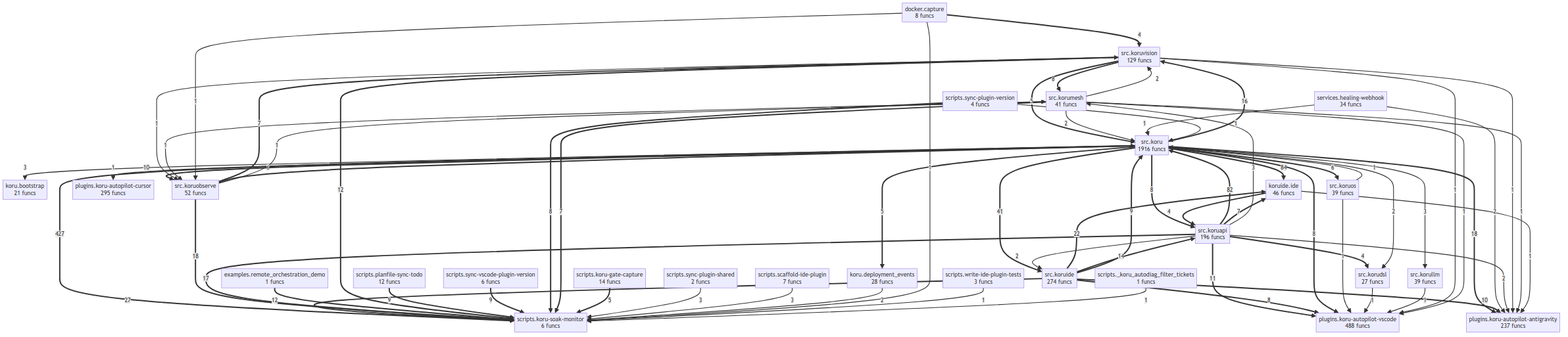
The Mermaid diagram project/compact_flow.png in semcod/koru, before a commit. Its source is kept beside it as project/compact_flow.mmd. Source of this version:
```mermaid
flowchart TD
    docker__capture["docker.capture<br/>8 funcs"]
    examples__remote_orchestration_demo["examples.remote_orchestration_demo<br/>1 funcs"]
    koru__bootstrap["koru.bootstrap<br/>21 funcs"]
    koru__deployment_events["koru.deployment_events<br/>28 funcs"]
    koruide__ide["koruide.ide<br/>46 funcs"]
    plugins__koru_autopilot_antigravity["plugins.koru-autopilot-antigravity<br/>237 funcs"]
    plugins__koru_autopilot_cursor["plugins.koru-autopilot-cursor<br/>295 funcs"]
    plugins__koru_autopilot_vscode["plugins.koru-autopilot-vscode<br/>488 funcs"]
    scripts___koru_autodiag_filter_tickets["scripts._koru_autodiag_filter_tickets<br/>1 funcs"]
    scripts__koru_gate_capture["scripts.koru-gate-capture<br/>14 funcs"]
    scripts__koru_soak_monitor["scripts.koru-soak-monitor<br/>6 funcs"]
    scripts__planfile_sync_todo["scripts.planfile-sync-todo<br/>12 funcs"]
    scripts__scaffold_ide_plugin["scripts.scaffold-ide-plugin<br/>7 funcs"]
    scripts__sync_plugin_shared["scripts.sync-plugin-shared<br/>2 funcs"]
    scripts__sync_plugin_version["scripts.sync-plugin-version<br/>4 funcs"]
    scripts__sync_vscode_plugin_version["scripts.sync-vscode-plugin-version<br/>6 funcs"]
    scripts__write_ide_plugin_tests["scripts.write-ide-plugin-tests<br/>3 funcs"]
    services__healing_webhook["services.healing-webhook<br/>34 funcs"]
    src__koru["src.koru<br/>1916 funcs"]
    src__koruapi["src.koruapi<br/>196 funcs"]
    src__korudsl["src.korudsl<br/>27 funcs"]
    src__koruide["src.koruide<br/>274 funcs"]
    src__korullm["src.korullm<br/>39 funcs"]
    src__korumesh["src.korumesh<br/>41 funcs"]
    src__koruobserve["src.koruobserve<br/>52 funcs"]
    src__koruos["src.koruos<br/>39 funcs"]
    src__koruvision["src.koruvision<br/>129 funcs"]
    src__koru ==>|427| scripts__koru_soak_monitor
    src__koru ==>|84| koruide__ide
    src__koruapi ==>|82| src__koru
    src__koru ==>|41| src__koruide
    src__koruide ==>|27| scripts__koru_soak_monitor
    src__koruide ==>|22| koruide__ide
    src__koruobserve ==>|18| scripts__koru_soak_monitor
    src__koru ==>|18| plugins__koru_autopilot_antigravity
    src__koruapi ==>|17| scripts__koru_soak_monitor
    src__koru ==>|16| src__koruvision
    src__koruide ==>|14| src__koruapi
    examples__remote_orchestration_demo ==>|12| scripts__koru_soak_monitor
    src__koruvision ==>|12| scripts__koru_soak_monitor
    src__koruapi ==>|11| plugins__koru_autopilot_vscode
    src__koruide ==>|10| plugins__koru_autopilot_antigravity
    src__koru ==>|10| src__koruobserve
    src__koruide ==>|9| src__koru
    scripts__planfile_sync_todo ==>|9| scripts__koru_soak_monitor
    scripts__sync_vscode_plugin_version ==>|9| scripts__koru_soak_monitor
    src__koruvision ==>|8| src__korumesh
    src__koruide ==>|8| plugins__koru_autopilot_vscode
    src__koru ==>|8| plugins__koru_autopilot_vscode
    src__koru ==>|8| src__koruapi
    scripts__sync_plugin_version ==>|8| scripts__koru_soak_monitor
    src__koruobserve ==>|7| src__koruvision
    src__koruapi ==>|7| koruide__ide
    src__korumesh ==>|7| scripts__koru_soak_monitor
    src__koruobserve ==>|6| src__koru
    src__koru ==>|6| src__koruos
    src__koruvision ==>|5| src__koru
    src__koru ==>|5| koru__deployment_events
    scripts__koru_gate_capture ==>|5| scripts__koru_soak_monitor
    src__koruapi ==>|4| src__korudsl
    koruide__ide ==>|4| src__koruapi
    docker__capture ==>|4| src__koruvision
    src__koruapi -->|3| src__korumesh
    src__koru -->|3| koru__bootstrap
    src__koru -->|3| src__korullm
    scripts__sync_plugin_shared -->|3| scripts__koru_soak_monitor
    scripts__scaffold_ide_plugin -->|3| scripts__koru_soak_monitor
    services__healing_webhook -->|2| plugins__koru_autopilot_antigravity
    src__koruapi -->|2| plugins__koru_autopilot_antigravity
    src__koruapi -->|2| src__koruide
    src__korumesh -->|2| src__koru
    src__korumesh -->|2| src__koruvision
    src__koru -->|2| src__korudsl
    koru__deployment_events -->|2| scripts__koru_soak_monitor
    services__healing_webhook -->|1| src__koru
    src__koruobserve -->|1| src__korumesh
    src__koruos -->|1| plugins__koru_autopilot_vscode
    src__koruos -->|1| src__koru
    src__korudsl -->|1| plugins__koru_autopilot_vscode
    src__korullm -->|1| plugins__koru_autopilot_vscode
    src__koruvision -->|1| plugins__koru_autopilot_vscode
    src__koruvision -->|1| plugins__koru_autopilot_antigravity
    src__koruvision -->|1| src__koruobserve
    src__korumesh -->|1| src__koruobserve
    src__korumesh -->|1| plugins__koru_autopilot_antigravity
    src__korumesh -->|1| plugins__koru_autopilot_vscode
    koruide__ide -->|1| plugins__koru_autopilot_antigravity
    src__koru -->|1| plugins__koru_autopilot_cursor
    docker__capture -->|1| src__koruobserve
    docker__capture -->|1| scripts__koru_soak_monitor
    scripts__write_ide_plugin_tests -->|1| scripts__koru_soak_monitor
    scripts__sync_plugin_version -->|1| src__koru
    scripts___koru_autodiag_filter_tickets -->|1| scripts__koru_soak_monitor
```
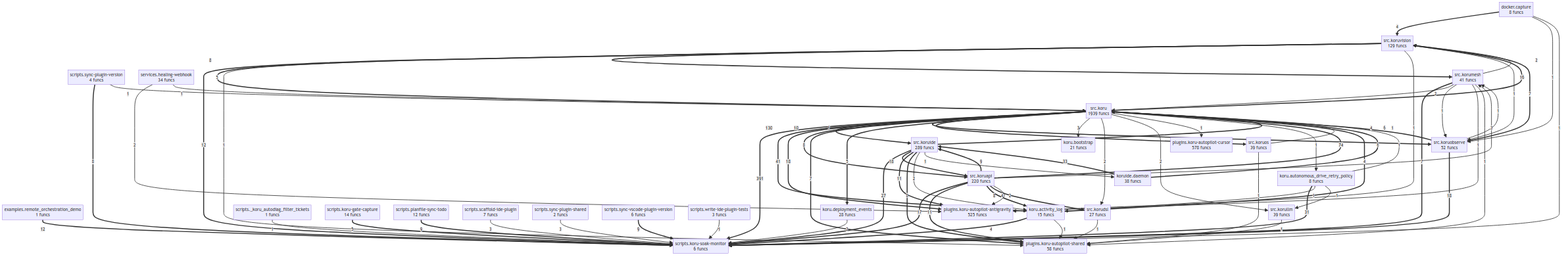
After the change.

Diff of the diagram source:
```diff
@@ -1,12 +1,14 @@
 flowchart TD
     docker__capture["docker.capture<br/>8 funcs"]
     examples__remote_orchestration_demo["examples.remote_orchestration_demo<br/>1 funcs"]
+    koru__activity_log["koru.activity_log<br/>15 funcs"]
+    koru__autonomous_drive_retry_policy["koru.autonomous_drive_retry_policy<br/>8 funcs"]
     koru__bootstrap["koru.bootstrap<br/>21 funcs"]
     koru__deployment_events["koru.deployment_events<br/>28 funcs"]
-    koruide__ide["koruide.ide<br/>46 funcs"]
-    plugins__koru_autopilot_antigravity["plugins.koru-autopilot-antigravity<br/>237 funcs"]
-    plugins__koru_autopilot_cursor["plugins.koru-autopilot-cursor<br/>295 funcs"]
-    plugins__koru_autopilot_vscode["plugins.koru-autopilot-vscode<br/>488 funcs"]
+    koruide__daemon["koruide.daemon<br/>38 funcs"]
+    plugins__koru_autopilot_antigravity["plugins.koru-autopilot-antigravity<br/>525 funcs"]
+    plugins__koru_autopilot_cursor["plugins.koru-autopilot-cursor<br/>578 funcs"]
+    plugins__koru_autopilot_shared["plugins.koru-autopilot-shared<br/>58 funcs"]
     scripts___koru_autodiag_filter_tickets["scripts._koru_autodiag_filter_tickets<br/>1 funcs"]
     scripts__koru_gate_capture["scripts.koru-gate-capture<br/>14 funcs"]
     scripts__koru_soak_monitor["scripts.koru-soak-monitor<br/>6 funcs"]
@@ -17,76 +19,85 @@
     scripts__sync_vscode_plugin_version["scripts.sync-vscode-plugin-version<br/>6 funcs"]
     scripts__write_ide_plugin_tests["scripts.write-ide-plugin-tests<br/>3 funcs"]
     services__healing_webhook["services.healing-webhook<br/>34 funcs"]
-    src__koru["src.koru<br/>1916 funcs"]
-    src__koruapi["src.koruapi<br/>196 funcs"]
+    src__koru["src.koru<br/>1939 funcs"]
+    src__koruapi["src.koruapi<br/>220 funcs"]
     src__korudsl["src.korudsl<br/>27 funcs"]
-    src__koruide["src.koruide<br/>274 funcs"]
+    src__koruide["src.koruide<br/>289 funcs"]
     src__korullm["src.korullm<br/>39 funcs"]
     src__korumesh["src.korumesh<br/>41 funcs"]
     src__koruobserve["src.koruobserve<br/>52 funcs"]
     src__koruos["src.koruos<br/>39 funcs"]
     src__koruvision["src.koruvision<br/>129 funcs"]
-    src__koru ==>|427| scripts__koru_soak_monitor
-    src__koru ==>|84| koruide__ide
-    src__koruapi ==>|82| src__koru
-    src__koru ==>|41| src__koruide
+    src__koru ==>|391| scripts__koru_soak_monitor
+    src__koru ==>|130| src__koruide
+    src__koruapi ==>|74| src__koru
+    src__koru ==>|41| koru__activity_log
+    koruide__daemon ==>|33| src__koruide
+    koru__autonomous_drive_retry_policy ==>|31| scripts__koru_soak_monitor
     src__koruide ==>|27| scripts__koru_soak_monitor
-    src__koruide ==>|22| koruide__ide
     src__koruobserve ==>|18| scripts__koru_soak_monitor
+    src__koruide ==>|18| src__koruapi
     src__koru ==>|18| plugins__koru_autopilot_antigravity
     src__koruapi ==>|17| scripts__koru_soak_monitor
     src__koru ==>|16| src__koruvision
-    src__koruide ==>|14| src__koruapi
     examples__remote_orchestration_demo ==>|12| scripts__koru_soak_monitor
     src__koruvision ==>|12| scripts__koru_soak_monitor
-    src__koruapi ==>|11| plugins__koru_autopilot_vscode
-    src__koruide ==>|10| plugins__koru_autopilot_antigravity
+    src__koruapi ==>|11| plugins__koru_autopilot_shared
+    src__koruide ==>|11| plugins__koru_autopilot_antigravity
     src__koru ==>|10| src__koruobserve
-    src__koruide ==>|9| src__koru
+    src__koruapi ==>|9| src__koruide
     scripts__planfile_sync_todo ==>|9| scripts__koru_soak_monitor
     scripts__sync_vscode_plugin_version ==>|9| scripts__koru_soak_monitor
+    src__koruapi ==>|8| koru__activity_log
     src__koruvision ==>|8| src__korumesh
-    src__koruide ==>|8| plugins__koru_autopilot_vscode
-    src__koru ==>|8| plugins__koru_autopilot_vscode
+    src__koruide ==>|8| plugins__koru_autopilot_shared
     src__koru ==>|8| src__koruapi
     scripts__sync_plugin_version ==>|8| scripts__koru_soak_monitor
     src__koruobserve ==>|7| src__koruvision
-    src__koruapi ==>|7| koruide__ide
     src__korumesh ==>|7| scripts__koru_soak_monitor
+    src__koru ==>|7| plugins__koru_autopilot_shared
     src__koruobserve ==>|6| src__koru
+    koruide__daemon ==>|6| src__koru
     src__koru ==>|6| src__koruos
     src__koruvision ==>|5| src__koru
     src__koru ==>|5| koru__deployment_events
     scripts__koru_gate_capture ==>|5| scripts__koru_soak_monitor
     src__koruapi ==>|4| src__korudsl
-    koruide__ide ==>|4| src__koruapi
+    src__koruide ==>|4| src__koru
+    koru__activity_log ==>|4| src__koru
+    koru__activity_log ==>|4| scripts__koru_soak_monitor
     docker__capture ==>|4| src__koruvision
     src__koruapi -->|3| src__korumesh
     src__koru -->|3| koru__bootstrap
-    src__koru -->|3| src__korullm
     scripts__sync_plugin_shared -->|3| scripts__koru_soak_monitor
     scripts__scaffold_ide_plugin -->|3| scripts__koru_soak_monitor
     services__healing_webhook -->|2| plugins__koru_autopilot_antigravity
     src__koruapi -->|2| plugins__koru_autopilot_antigravity
-    src__koruapi -->|2| src__koruide
     src__korumesh -->|2| src__koru
     src__korumesh -->|2| src__koruvision
+    src__koruide -->|2| koru__activity_log
     src__koru -->|2| src__korudsl
+    src__koru -->|2| src__korullm
     koru__deployment_events -->|2| scripts__koru_soak_monitor
     services__healing_webhook -->|1| src__koru
     src__koruobserve -->|1| src__korumesh
-    src__koruos -->|1| plugins__koru_autopilot_vscode
+    src__koruos -->|1| plugins__koru_autopilot_shared
     src__koruos -->|1| src__koru
-    src__korudsl -->|1| plugins__koru_autopilot_vscode
-    src__korullm -->|1| plugins__koru_autopilot_vscode
-    src__koruvision -->|1| plugins__koru_autopilot_vscode
+    src__korudsl -->|1| plugins__koru_autopilot_shared
+    src__korullm -->|1| plugins__koru_autopilot_shared
+    src__koruvision -->|1| plugins__koru_autopilot_shared
     src__koruvision -->|1| plugins__koru_autopilot_antigravity
     src__koruvision -->|1| src__koruobserve
     src__korumesh -->|1| src__koruobserve
     src__korumesh -->|1| plugins__koru_autopilot_antigravity
-    src__korumesh -->|1| plugins__koru_autopilot_vscode
-    koruide__ide -->|1| plugins__koru_autopilot_antigravity
+    src__korumesh -->|1| plugins__koru_autopilot_shared
+    src__koruide -->|1| koruide__daemon
     src__koru -->|1| plugins__koru_autopilot_cursor
+    koru__autonomous_drive_retry_policy -->|1| koru__activity_log
+    koru__autonomous_drive_retry_policy -->|1| src__korullm
+    koru__autonomous_drive_retry_policy -->|1| src__koru
+    koru__activity_log -->|1| plugins__koru_autopilot_shared
+    src__koru -->|1| koru__autonomous_drive_retry_policy
     docker__capture -->|1| src__koruobserve
     docker__capture -->|1| scripts__koru_soak_monitor
     scripts__write_ide_plugin_tests -->|1| scripts__koru_soak_monitor
```
